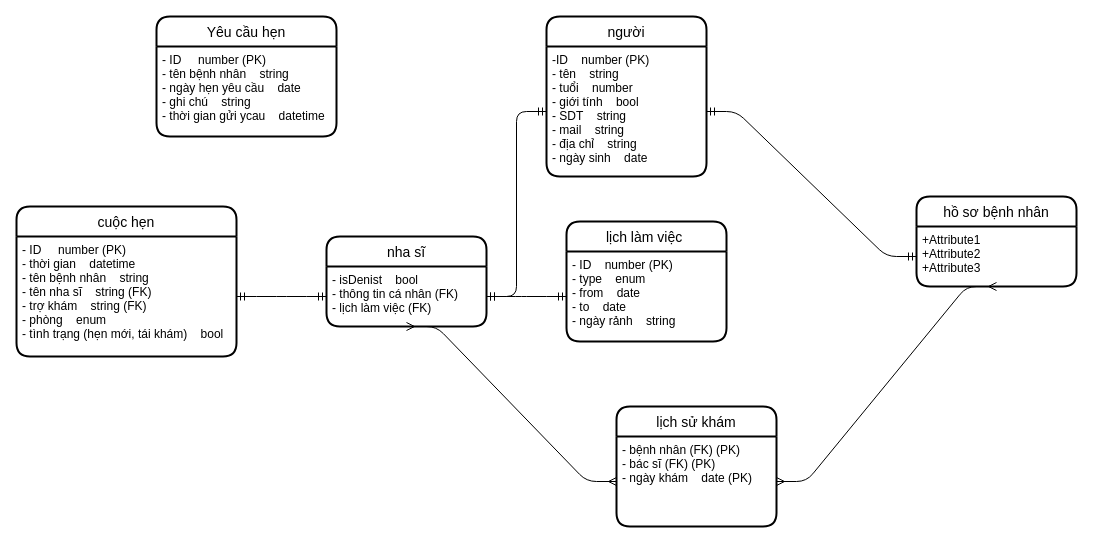
Before: diagrams/logical-diagram-v1.drawio in nibtr/clinic-db, a draw.io diagram. Source tidied: cells renumbered, new cells numbered last; positions are measured from the earlier drawing's top-left corner, leaving out a move shared by most shapes. Both pictures are drawn from the tidied source at 100%, with x=0, y=0 at pixel (16, 16).
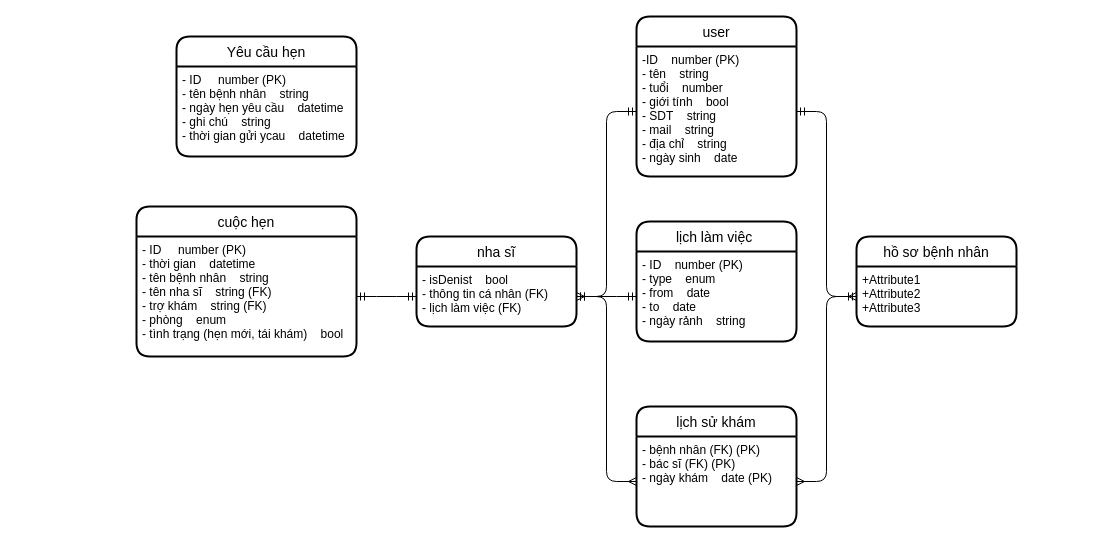
The same diagram, later.

The change refers to these unchanged cells:
```xml
<mxCell id="7" value="- isDenist    bool&#10;- thông tin cá nhân (FK)&#10;- lịch làm việc (FK)" style="align=left;strokeColor=none;fillColor=none;spacingLeft=4;fontSize=12;verticalAlign=top;" parent="6" vertex="1">
  <mxGeometry y="30" width="160" height="60" as="geometry" />
</mxCell>
<mxCell id="10" value="+Attribute1&#10;+Attribute2&#10;+Attribute3" style="align=left;strokeColor=none;fillColor=none;spacingLeft=4;fontSize=12;verticalAlign=top;" parent="9" vertex="1">
  <mxGeometry y="30" width="160" height="60" as="geometry" />
</mxCell>
<mxCell id="19" value="- bệnh nhân (FK) (PK)&#10;- bác sĩ (FK) (PK)&#10;- ngày khám    date (PK)" style="align=left;strokeColor=none;fillColor=none;spacingLeft=4;fontSize=12;verticalAlign=top;" parent="18" vertex="1">
  <mxGeometry y="30" width="160" height="90" as="geometry" />
</mxCell>
```

The edit, as a diff of the source:
```diff
@@
     <mxCell id="2" value="cuộc hẹn" style="swimlane;horizontal=1;startSize=30;rounded=1;fontSize=14;fontStyle=0;strokeWidth=2;shadow=0;dashed=0;align=center;" parent="1" vertex="1">
-      <mxGeometry y="190" width="220" height="150" as="geometry" />
+      <mxGeometry x="120" y="190" width="220" height="150" as="geometry" />
     </mxCell>
@@
-    <mxCell id="4" value="người" style="swimlane;horizontal=1;startSize=30;rounded=1;fontSize=14;fontStyle=0;strokeWidth=2;shadow=0;dashed=0;align=center;" parent="1" vertex="1">
-      <mxGeometry x="530" width="160" height="160" as="geometry" />
+    <mxCell id="4" value="user" style="swimlane;horizontal=1;startSize=30;rounded=1;fontSize=14;fontStyle=0;strokeWidth=2;shadow=0;dashed=0;align=center;" parent="1" vertex="1">
+      <mxGeometry x="620" width="160" height="160" as="geometry" />
     </mxCell>
@@
     <mxCell id="6" value="nha sĩ" style="swimlane;horizontal=1;startSize=30;rounded=1;fontSize=14;fontStyle=0;strokeWidth=2;shadow=0;dashed=0;align=center;" parent="1" vertex="1">
-      <mxGeometry x="310" y="220" width="160" height="90" as="geometry" />
+      <mxGeometry x="400" y="220" width="160" height="90" as="geometry" />
     </mxCell>
@@
     <mxCell id="9" value="hồ sơ bệnh nhân" style="swimlane;horizontal=1;startSize=30;rounded=1;fontSize=14;fontStyle=0;strokeWidth=2;shadow=0;dashed=0;align=center;" parent="1" vertex="1">
-      <mxGeometry x="900" y="180" width="160" height="90" as="geometry" />
+      <mxGeometry x="840" y="220" width="160" height="90" as="geometry" />
     </mxCell>
@@
     <mxCell id="12" value="lịch làm việc " style="swimlane;horizontal=1;startSize=30;rounded=1;fontSize=14;fontStyle=0;strokeWidth=2;shadow=0;dashed=0;align=center;" parent="1" vertex="1">
-      <mxGeometry x="550" y="205" width="160" height="120" as="geometry" />
+      <mxGeometry x="620" y="205" width="160" height="120" as="geometry" />
     </mxCell>
@@
     <mxCell id="16" value="Yêu cầu hẹn" style="swimlane;horizontal=1;startSize=30;rounded=1;fontSize=14;fontStyle=0;strokeWidth=2;shadow=0;dashed=0;align=center;" parent="1" vertex="1">
-      <mxGeometry x="140" width="180" height="120" as="geometry" />
+      <mxGeometry x="160" y="20" width="180" height="120" as="geometry" />
     </mxCell>
-    <mxCell id="17" value="- ID     number (PK)&#10;- tên bệnh nhân    string &#10;- ngày hẹn yêu cầu    date&#10;- ghi chú    string&#10;- thời gian gửi ycau    datetime&#10;&#10;" style="align=left;strokeColor=none;fillColor=none;spacingLeft=4;fontSize=12;verticalAlign=top;" parent="16" vertex="1">
+    <mxCell id="17" value="- ID     number (PK)&#10;- tên bệnh nhân    string &#10;- ngày hẹn yêu cầu    datetime&#10;- ghi chú    string&#10;- thời gian gửi ycau    datetime&#10;&#10;" style="align=left;strokeColor=none;fillColor=none;spacingLeft=4;fontSize=12;verticalAlign=top;" parent="16" vertex="1">
       <mxGeometry y="30" width="180" height="90" as="geometry" />
     </mxCell>
     <mxCell id="18" value="lịch sử khám" style="swimlane;horizontal=1;startSize=30;rounded=1;fontSize=14;fontStyle=0;strokeWidth=2;shadow=0;dashed=0;align=center;" parent="1" vertex="1">
-      <mxGeometry x="600" y="390" width="160" height="120" as="geometry" />
+      <mxGeometry x="620" y="390" width="160" height="120" as="geometry" />
     </mxCell>
@@
-    <mxCell id="20" style="edgeStyle=entityRelationEdgeStyle;fontSize=12;html=1;endArrow=ERmany;startArrow=ERmany;entryX=0.5;entryY=1;entryDx=0;entryDy=0;" parent="1" edge="1" source="19" target="7">
+    <mxCell id="20" style="edgeStyle=entityRelationEdgeStyle;fontSize=12;html=1;endArrow=ERmany;startArrow=ERmany;" parent="1" edge="1" source="19" target="7">
       <mxGeometry relative="1" as="geometry" />
     </mxCell>
-    <mxCell id="21" style="edgeStyle=entityRelationEdgeStyle;fontSize=12;html=1;endArrow=ERmany;startArrow=ERmany;entryX=0.5;entryY=1;entryDx=0;entryDy=0;" parent="1" edge="1" source="19" target="10">
+    <mxCell id="21" style="edgeStyle=entityRelationEdgeStyle;fontSize=12;html=1;endArrow=ERmany;startArrow=ERmany;entryX=0;entryY=0.5;entryDx=0;entryDy=0;" parent="1" edge="1" source="19" target="10">
       <mxGeometry relative="1" as="geometry" />
     </mxCell>
```
